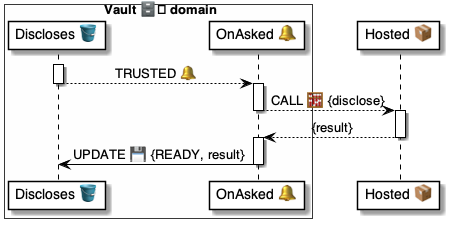
This is 4 ⚙️ Solution/41 🎭 Domain Roles/Vaults 🗄️/🗄️🪣 Vault tables/Discloses 💼 table/🪣🔔 2 Trusted/🗄️ OnTrusted ⚙️ uml.png from pollyweb-org/pollyweb-docs, a PlantUML export, as it was before one commit. Its source is kept beside it as 4 ⚙️ Solution/41 🎭 Domain Roles/Vaults 🗄️/🗄️🪣 Vault tables/Discloses 💼 table/🪣🔔 2 Trusted/🗄️ OnTrusted ⚙️ uml.puml. The source it was exported from:
```plantuml
@startuml OnDiscloseTrusted


box Vault 🗄️ domain #FFFFFA
    participant "Discloses 🪣" as discloses
    participant "OnAsked 🔔" as asked
end box

participant "Hosted 📦" as hosted



activate discloses
    discloses --> asked: TRUSTED 🔔
deactivate discloses

activate asked
    asked --> hosted: CALL 🧮 {disclose}
deactivate asked

activate hosted
    hosted --> asked: {result}
deactivate hosted

activate asked
    asked -> discloses: UPDATE 💾 {READY, result}
deactivate asked

@enduml
```
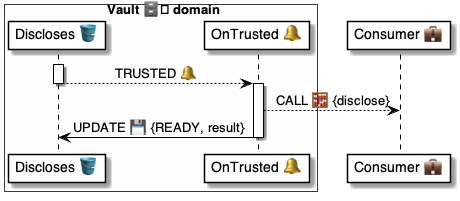
Above is the later version.

What changed in the source:
```diff
@@ -3,27 +3,19 @@
 
 box Vault 🗄️ domain #FFFFFA
     participant "Discloses 🪣" as discloses
-    participant "OnAsked 🔔" as asked
+    participant "OnTrusted 🔔" as handler
 end box
-
-participant "Hosted 📦" as hosted
+participant "Consumer 💼" as consumer
 
 
 
 activate discloses
-    discloses --> asked: TRUSTED 🔔
+    discloses --> handler: TRUSTED 🔔
 deactivate discloses
 
-activate asked
-    asked --> hosted: CALL 🧮 {disclose}
-deactivate asked
-
-activate hosted
-    hosted --> asked: {result}
-deactivate hosted
-
-activate asked
-    asked -> discloses: UPDATE 💾 {READY, result}
-deactivate asked
+activate handler
+    handler --> consumer: CALL 🧮 {disclose}
+    handler -> discloses: UPDATE 💾 {READY, result}
+deactivate handler
 
 @enduml
```
